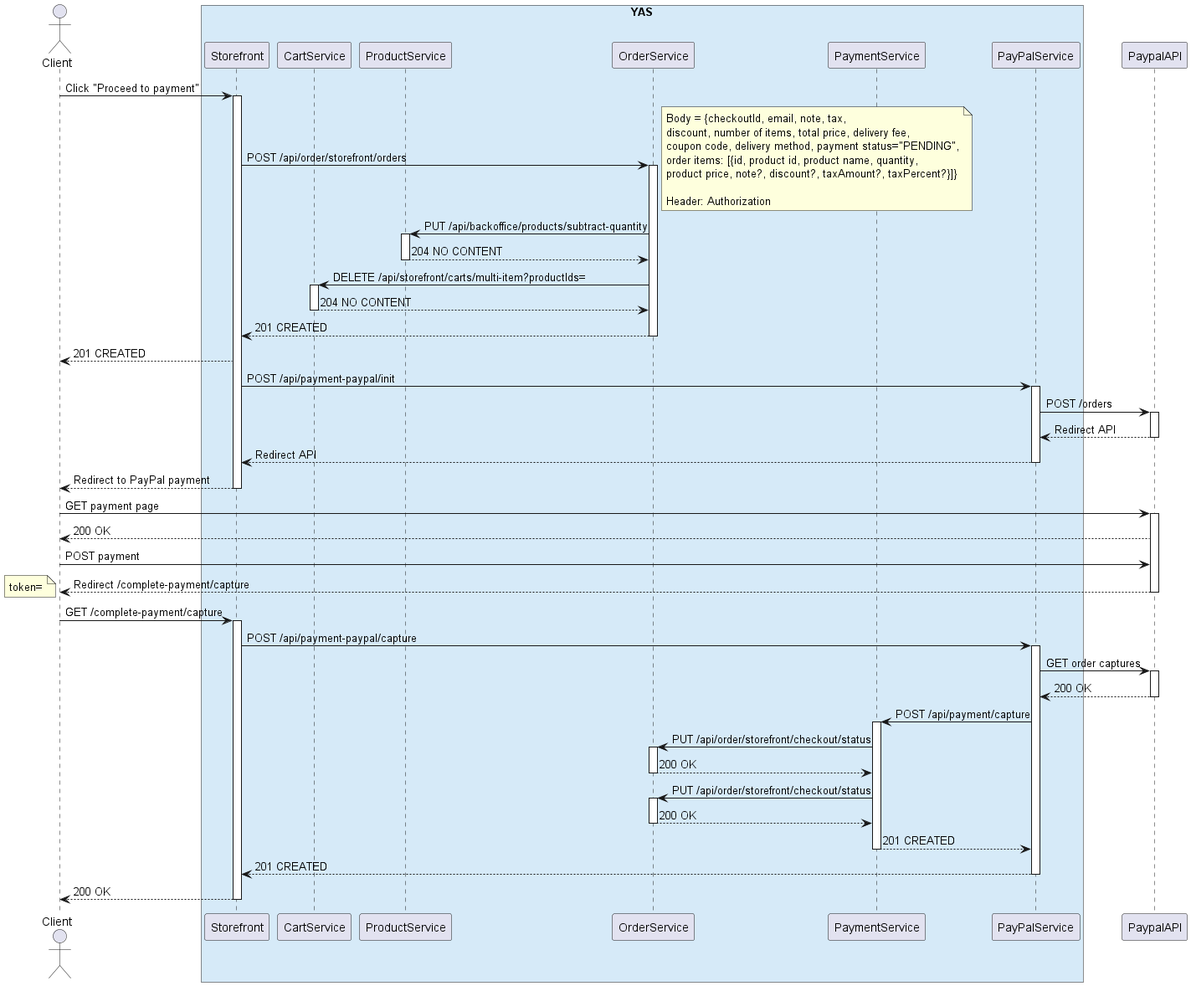
The PlantUML diagram order/docs/img/Create order flow.png in nashtech-garage/yas, before a commit.
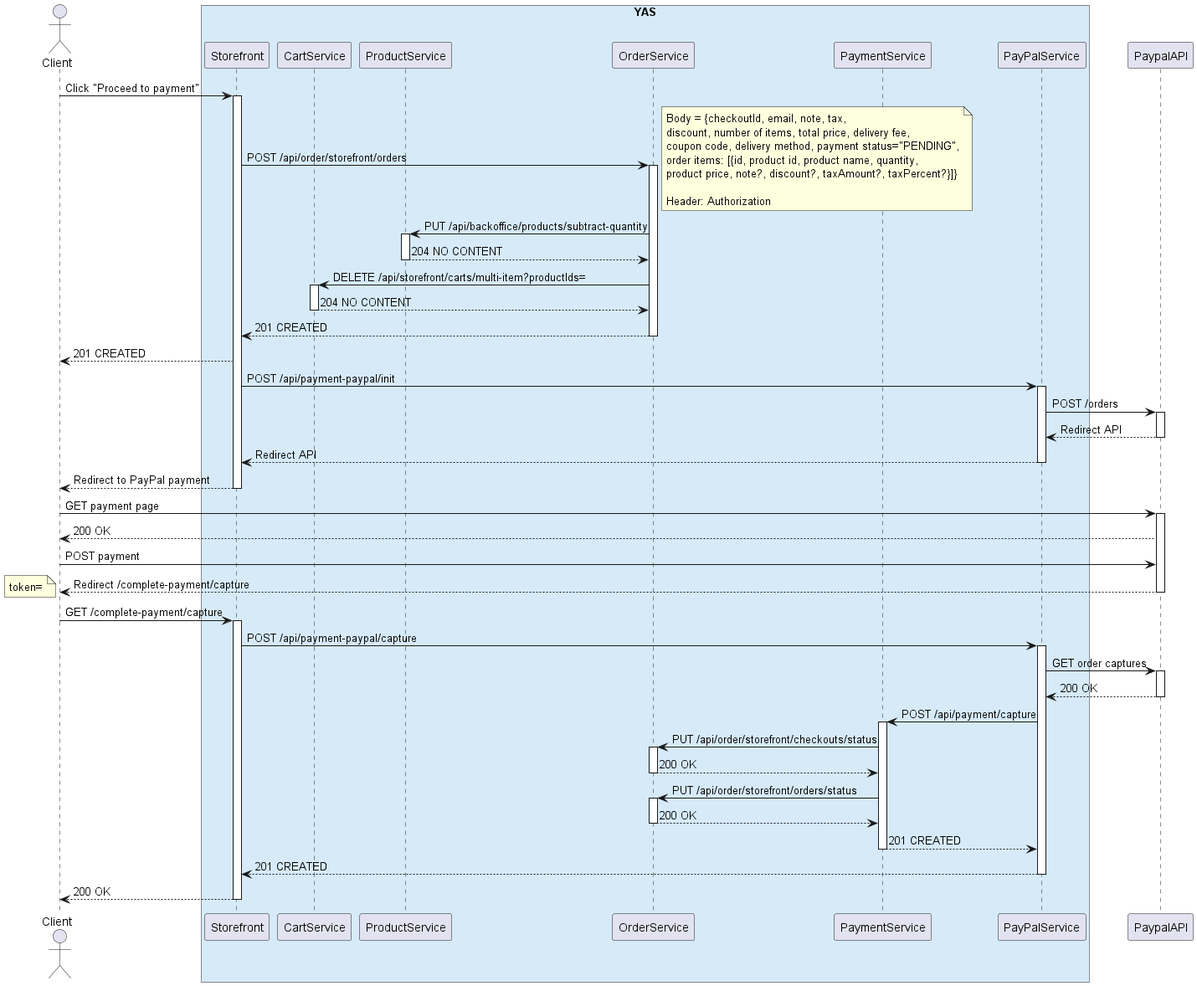
After the commit.

What changed in the source:
```diff
@@ -63,11 +63,11 @@
 deactivate ppAPI
 ppal -> payment: POST /api/payment/capture
 activate payment
-payment -> order: PUT /api/order/storefront/checkout/status
+payment -> order: PUT /api/order/storefront/checkouts/status
 activate order
 order --> payment: 200 OK
 deactivate order
-payment -> order: PUT /api/order/storefront/checkout/status
+payment -> order: PUT /api/order/storefront/orders/status
 activate order
 order --> payment: 200 OK
 deactivate order
```
